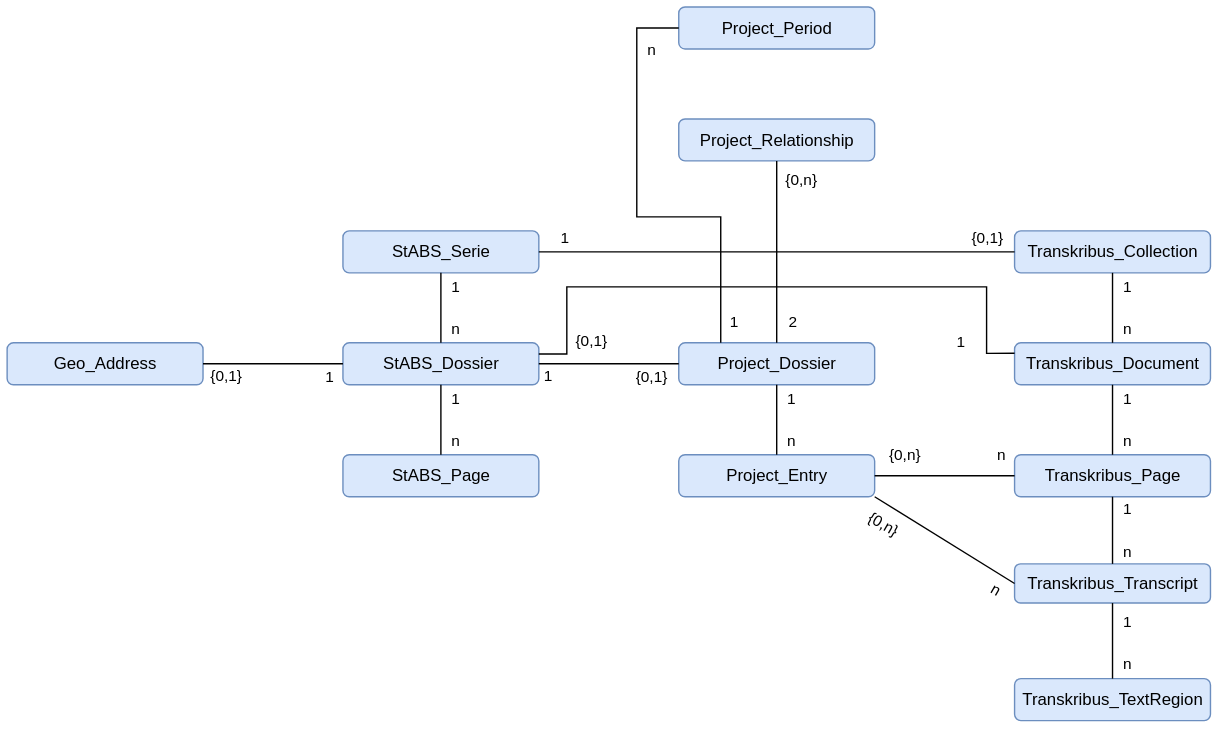
This is entityRelations.drawio.svg from history-unibas/economies-of-space-database, a draw.io export, as it was before one commit. Source tidied: cells renumbered, new cells last; positions are measured from the earlier drawing's top-left corner, leaving out a move shared by most shapes.
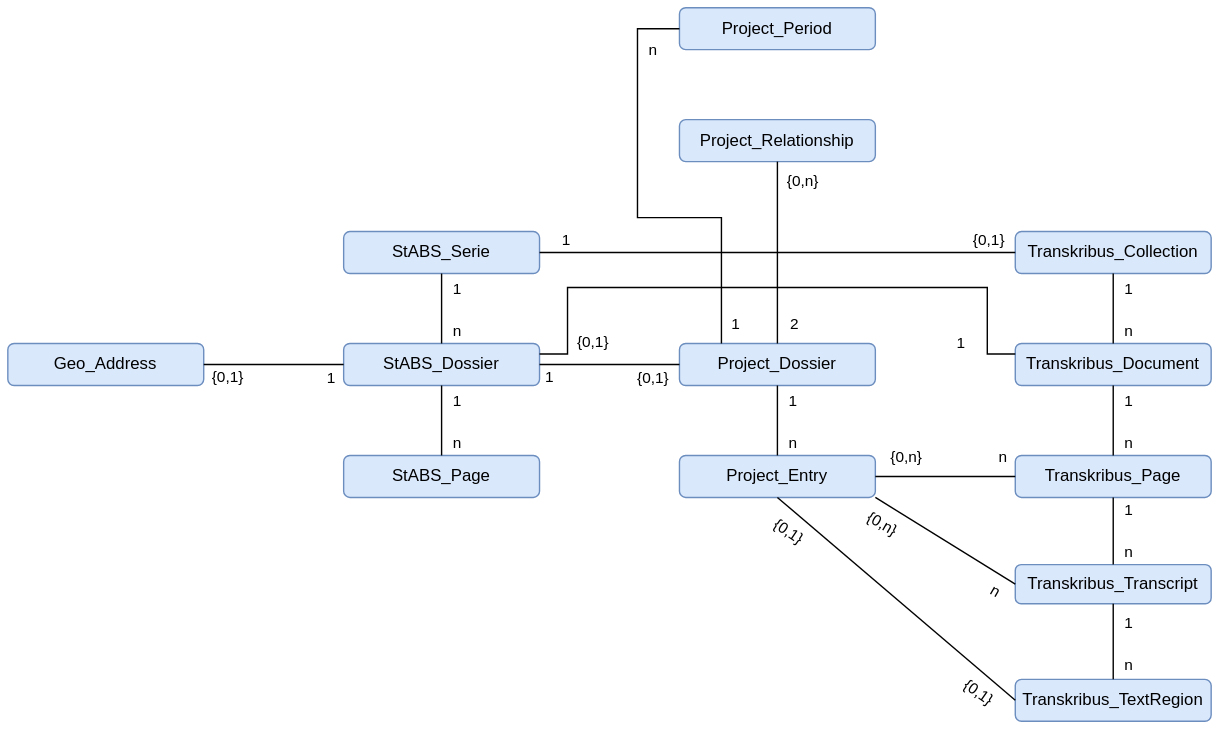
The same file after the commit.

Commit message:
update relationship diagram

Change to the diagram source:
```diff
@@ -256,5 +256,18 @@
         <mxPoint x="8" as="offset" />
       </mxGeometry>
     </mxCell>
+    <mxCell id="60" style="endArrow=none;html=1;rounded=0;entryX=0;entryY=0.5;entryDx=0;entryDy=0;exitX=0.5;exitY=1;exitDx=0;exitDy=0;" parent="1" edge="1" source="27" target="8">
+      <mxGeometry relative="1" as="geometry" />
+    </mxCell>
+    <mxCell id="61" value="{0,1}" style="edgeLabel;html=1;align=center;verticalAlign=middle;rotation=34;" parent="60" vertex="1">
+      <mxGeometry x="-0.34" y="-3" relative="1" as="geometry">
+        <mxPoint x="-46" y="-26" as="offset" />
+      </mxGeometry>
+    </mxCell>
+    <mxCell id="62" value="{0,1}" style="edgeLabel;html=1;align=center;verticalAlign=middle;rotation=35;" parent="60" vertex="1">
+      <mxGeometry x="0.48" y="-3" relative="1" as="geometry">
+        <mxPoint x="20" y="29" as="offset" />
+      </mxGeometry>
+    </mxCell>
   </root>
 </mxGraphModel>
```
